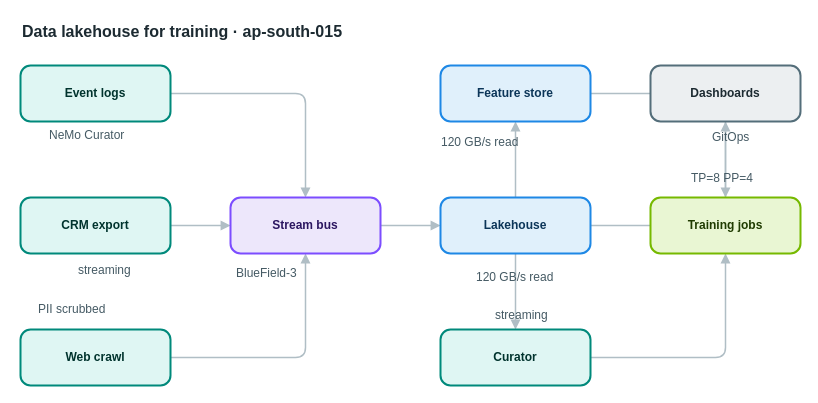
The draw.io diagram apps/web/public/samples/library/015-data-lakehouse-for-training.drawio in AryanG01/open-apprentice, before the edit. Source tidied: cells renumbered, new cells numbered last; positions are measured from the earlier drawing's top-left corner, leaving out a move shared by most shapes. Both pictures are drawn from the tidied source at 100%, with x=0, y=0 at pixel (20, 17).
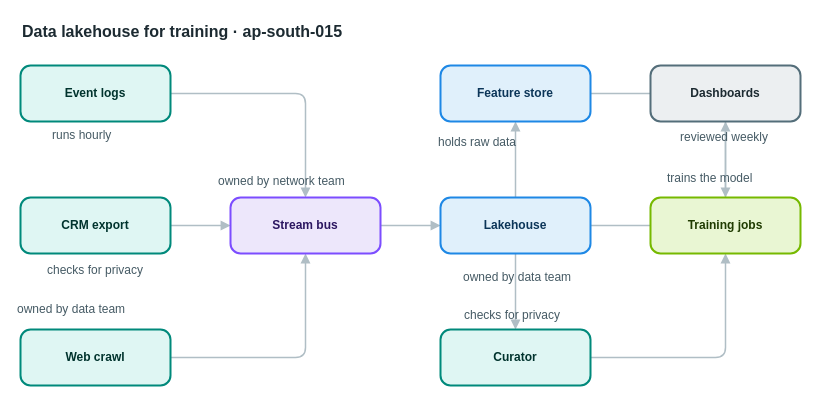
The same diagram, later.

What changed in the source:
```diff
@@
-    <mxCell id="21" value="NeMo Curator" style="text;html=1;align=left;verticalAlign=top;whiteSpace=nowrap;spacing=0;spacingTop=0;strokeColor=none;fillColor=none;fontSize=12;fontColor=#455a64;" parent="1" vertex="1">
-      <mxGeometry x="29" y="106" width="96" height="20" as="geometry" />
+    <mxCell id="21" value="runs hourly" style="text;html=1;align=left;verticalAlign=top;whiteSpace=nowrap;spacing=0;spacingTop=0;strokeColor=none;fillColor=none;fontSize=12;fontColor=#455a64;" parent="1" vertex="1">
+      <mxGeometry x="32" y="106" width="89" height="20" as="geometry" />
     </mxCell>
-    <mxCell id="22" value="streaming" style="text;html=1;align=left;verticalAlign=top;whiteSpace=nowrap;spacing=0;spacingTop=0;strokeColor=none;fillColor=none;fontSize=12;fontColor=#455a64;" parent="1" vertex="1">
-      <mxGeometry x="58" y="241" width="75" height="20" as="geometry" />
+    <mxCell id="22" value="checks for privacy" style="text;html=1;align=left;verticalAlign=top;whiteSpace=nowrap;spacing=0;spacingTop=0;strokeColor=none;fillColor=none;fontSize=12;fontColor=#455a64;" parent="1" vertex="1">
+      <mxGeometry x="27" y="241" width="138" height="20" as="geometry" />
     </mxCell>
-    <mxCell id="23" value="PII scrubbed" style="text;html=1;align=left;verticalAlign=top;whiteSpace=nowrap;spacing=0;spacingTop=0;strokeColor=none;fillColor=none;fontSize=12;fontColor=#455a64;" parent="1" vertex="1">
-      <mxGeometry x="18" y="280" width="96" height="20" as="geometry" />
+    <mxCell id="23" value="owned by data team" style="text;html=1;align=left;verticalAlign=top;whiteSpace=nowrap;spacing=0;spacingTop=0;strokeColor=none;fillColor=none;fontSize=12;fontColor=#455a64;" parent="1" vertex="1">
+      <mxGeometry x="-3" y="280" width="138" height="20" as="geometry" />
     </mxCell>
-    <mxCell id="24" value="BlueField-3" style="text;html=1;align=left;verticalAlign=top;whiteSpace=nowrap;spacing=0;spacingTop=0;strokeColor=none;fillColor=none;fontSize=12;fontColor=#455a64;" parent="1" vertex="1">
-      <mxGeometry x="216" y="244" width="89" height="20" as="geometry" />
+    <mxCell id="24" value="owned by network team" style="text;html=1;align=left;verticalAlign=top;whiteSpace=nowrap;spacing=0;spacingTop=0;strokeColor=none;fillColor=none;fontSize=12;fontColor=#455a64;" parent="1" vertex="1">
+      <mxGeometry x="198" y="152" width="159" height="20" as="geometry" />
     </mxCell>
-    <mxCell id="25" value="120 GB/s read" style="text;html=1;align=left;verticalAlign=top;whiteSpace=nowrap;spacing=0;spacingTop=0;strokeColor=none;fillColor=none;fontSize=12;fontColor=#455a64;" parent="1" vertex="1">
-      <mxGeometry x="456" y="248" width="103" height="20" as="geometry" />
+    <mxCell id="25" value="owned by data team" style="text;html=1;align=left;verticalAlign=top;whiteSpace=nowrap;spacing=0;spacingTop=0;strokeColor=none;fillColor=none;fontSize=12;fontColor=#455a64;" parent="1" vertex="1">
+      <mxGeometry x="443" y="248" width="138" height="20" as="geometry" />
     </mxCell>
-    <mxCell id="26" value="120 GB/s read" style="text;html=1;align=left;verticalAlign=top;whiteSpace=nowrap;spacing=0;spacingTop=0;strokeColor=none;fillColor=none;fontSize=12;fontColor=#455a64;" parent="1" vertex="1">
-      <mxGeometry x="421" y="113" width="103" height="20" as="geometry" />
+    <mxCell id="26" value="holds raw data" style="text;html=1;align=left;verticalAlign=top;whiteSpace=nowrap;spacing=0;spacingTop=0;strokeColor=none;fillColor=none;fontSize=12;fontColor=#455a64;" parent="1" vertex="1">
+      <mxGeometry x="418" y="113" width="110" height="20" as="geometry" />
     </mxCell>
-    <mxCell id="27" value="streaming" style="text;html=1;align=left;verticalAlign=top;whiteSpace=nowrap;spacing=0;spacingTop=0;strokeColor=none;fillColor=none;fontSize=12;fontColor=#455a64;" parent="1" vertex="1">
-      <mxGeometry x="475" y="286" width="75" height="20" as="geometry" />
+    <mxCell id="27" value="checks for privacy" style="text;html=1;align=left;verticalAlign=top;whiteSpace=nowrap;spacing=0;spacingTop=0;strokeColor=none;fillColor=none;fontSize=12;fontColor=#455a64;" parent="1" vertex="1">
+      <mxGeometry x="444" y="286" width="138" height="20" as="geometry" />
     </mxCell>
-    <mxCell id="28" value="TP=8 PP=4" style="text;html=1;align=left;verticalAlign=top;whiteSpace=nowrap;spacing=0;spacingTop=0;strokeColor=none;fillColor=none;fontSize=12;fontColor=#455a64;" parent="1" vertex="1">
-      <mxGeometry x="671" y="149" width="75" height="20" as="geometry" />
+    <mxCell id="28" value="trains the model" style="text;html=1;align=left;verticalAlign=top;whiteSpace=nowrap;spacing=0;spacingTop=0;strokeColor=none;fillColor=none;fontSize=12;fontColor=#455a64;" parent="1" vertex="1">
+      <mxGeometry x="647" y="149" width="124" height="20" as="geometry" />
     </mxCell>
-    <mxCell id="29" value="GitOps" style="text;html=1;align=left;verticalAlign=top;whiteSpace=nowrap;spacing=0;spacingTop=0;strokeColor=none;fillColor=none;fontSize=12;fontColor=#455a64;" parent="1" vertex="1">
-      <mxGeometry x="692" y="108" width="54" height="20" as="geometry" />
+    <mxCell id="29" value="reviewed weekly" style="text;html=1;align=left;verticalAlign=top;whiteSpace=nowrap;spacing=0;spacingTop=0;strokeColor=none;fillColor=none;fontSize=12;fontColor=#455a64;" parent="1" vertex="1">
+      <mxGeometry x="660" y="108" width="117" height="20" as="geometry" />
     </mxCell>
```
